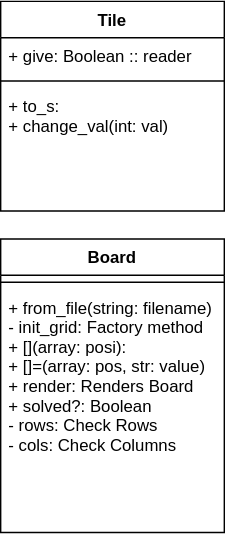
This is uml.drawio.svg from M8825/sudoku, a draw.io export, as it was before one commit. Source tidied: cells renumbered, new cells last; positions are measured from the earlier drawing's top-left corner, leaving out a move shared by most shapes.
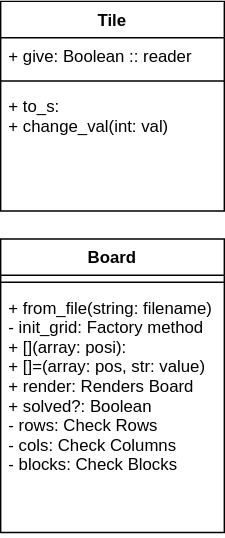
The same diagram one commit later.

What changed in the source:
```diff
@@ -20,7 +20,7 @@
     <mxCell id="7" style="line;strokeWidth=1;html=1;perimeter=backbonePerimeter;" parent="6" vertex="1">
       <mxGeometry y="26" width="160" height="10" as="geometry" />
     </mxCell>
-    <mxCell id="8" value="+ from_file(string: filename)&#10;- init_grid: Factory method&#10;+ [](array: posi):&#10;+ []=(array: pos, str: value)&#10;+ render: Renders Board&#10;+ solved?: Boolean&#10;- rows: Check Rows &#10;- cols: Check Columns" style="text;strokeColor=none;fillColor=none;align=left;verticalAlign=top;spacingLeft=4;spacingRight=4;overflow=hidden;" parent="6" vertex="1">
+    <mxCell id="8" value="+ from_file(string: filename)&#10;- init_grid: Factory method&#10;+ [](array: posi):&#10;+ []=(array: pos, str: value)&#10;+ render: Renders Board&#10;+ solved?: Boolean&#10;- rows: Check Rows &#10;- cols: Check Columns&#10;- blocks: Check Blocks " style="text;strokeColor=none;fillColor=none;align=left;verticalAlign=top;spacingLeft=4;spacingRight=4;overflow=hidden;" parent="6" vertex="1">
       <mxGeometry y="36" width="160" height="174" as="geometry" />
     </mxCell>
   </root>
```
